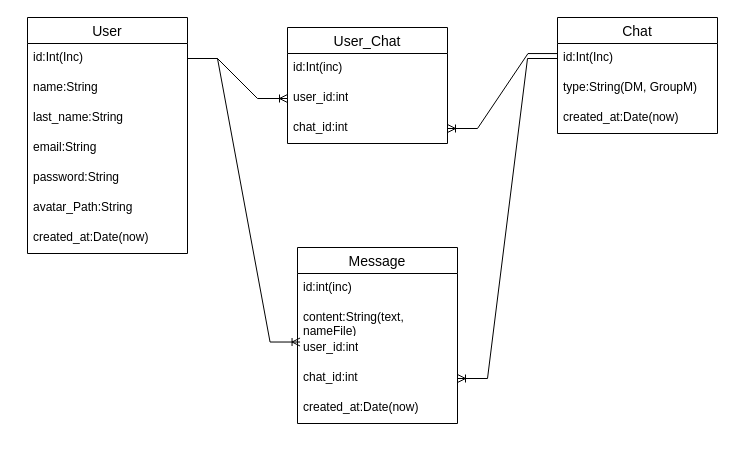
This is Диаграмма без названия.drawio from lam1to/TestChat, a draw.io file, before an edit. Source tidied: cells renumbered, new cells numbered last; positions are measured from the earlier drawing's top-left corner, leaving out a move shared by most shapes. Both pictures are drawn from the tidied source at 100%, with x=0, y=0 at pixel (27, 17).
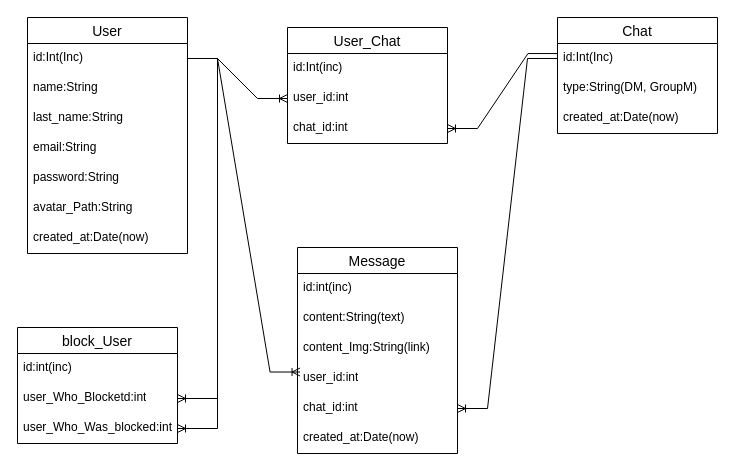
The same page after the edit.

Unchanged cells that the change refers to:
```xml
<mxCell id="3" value="id:Int(Inc)" style="text;strokeColor=none;fillColor=none;spacingLeft=4;spacingRight=4;overflow=hidden;points=[[0,0.5],[1,0.5]];portConstraint=eastwest;fontSize=12;whiteSpace=wrap;html=1;" parent="2" vertex="1">
  <mxGeometry y="26" width="160" height="30" as="geometry" />
</mxCell>
```

What changed in the source:
```diff
@@
     <mxCell id="20" value="Message" style="swimlane;fontStyle=0;horizontal=1;startSize=26;align=center;fontSize=14;" parent="1" vertex="1">
-      <mxGeometry x="270" y="230" width="160" height="176" as="geometry" />
+      <mxGeometry x="270" y="230" width="160" height="206" as="geometry" />
     </mxCell>
@@
-    <mxCell id="22" value="content:String(text, nameFile)" style="text;strokeColor=none;fillColor=none;spacingLeft=4;spacingRight=4;overflow=hidden;fontSize=12;whiteSpace=wrap;html=1;" parent="20" vertex="1">
+    <mxCell id="22" value="content:String(text)" style="text;strokeColor=none;fillColor=none;spacingLeft=4;spacingRight=4;overflow=hidden;fontSize=12;whiteSpace=wrap;html=1;" parent="20" vertex="1">
       <mxGeometry y="56" width="160" height="30" as="geometry" />
     </mxCell>
+    <mxCell id="28" value="content_Img:String(link)" style="text;strokeColor=none;fillColor=none;spacingLeft=4;spacingRight=4;overflow=hidden;fontSize=12;whiteSpace=wrap;html=1;" parent="20" vertex="1">
+      <mxGeometry y="86" width="160" height="30" as="geometry" />
+    </mxCell>
     <mxCell id="23" value="user_id:int" style="text;strokeColor=none;fillColor=none;spacingLeft=4;spacingRight=4;overflow=hidden;points=[[0,0.5],[1,0.5]];portConstraint=eastwest;fontSize=12;whiteSpace=wrap;html=1;" parent="20" vertex="1">
-      <mxGeometry y="86" width="160" height="30" as="geometry" />
+      <mxGeometry y="116" width="160" height="30" as="geometry" />
     </mxCell>
     <mxCell id="24" value="chat_id:int" style="text;strokeColor=none;fillColor=none;spacingLeft=4;spacingRight=4;overflow=hidden;points=[[0,0.5],[1,0.5]];portConstraint=eastwest;fontSize=12;whiteSpace=wrap;html=1;" parent="20" vertex="1">
-      <mxGeometry y="116" width="160" height="30" as="geometry" />
+      <mxGeometry y="146" width="160" height="30" as="geometry" />
     </mxCell>
     <mxCell id="25" value="created_at:Date(now)" style="text;strokeColor=none;fillColor=none;spacingLeft=4;spacingRight=4;overflow=hidden;fontSize=12;whiteSpace=wrap;html=1;" parent="20" vertex="1">
-      <mxGeometry y="146" width="160" height="30" as="geometry" />
+      <mxGeometry y="176" width="160" height="30" as="geometry" />
     </mxCell>
@@
+    <mxCell id="29" value="block_User" style="swimlane;fontStyle=0;horizontal=1;startSize=26;align=center;fontSize=14;" parent="1" vertex="1">
+      <mxGeometry x="-10" y="310" width="160" height="116" as="geometry" />
+    </mxCell>
+    <mxCell id="30" value="id:int(inc)" style="text;strokeColor=none;fillColor=none;spacingLeft=4;spacingRight=4;overflow=hidden;fontSize=12;whiteSpace=wrap;html=1;" parent="29" vertex="1">
+      <mxGeometry y="26" width="160" height="30" as="geometry" />
+    </mxCell>
+    <mxCell id="31" value="user_Who_Blocketd:int" style="text;strokeColor=none;fillColor=none;spacingLeft=4;spacingRight=4;overflow=hidden;points=[[0,0.5],[1,0.5]];portConstraint=eastwest;fontSize=12;whiteSpace=wrap;html=1;" parent="29" vertex="1">
+      <mxGeometry y="56" width="160" height="30" as="geometry" />
+    </mxCell>
+    <mxCell id="32" value="user_Who_Was_blocked:int&lt;br&gt;" style="text;strokeColor=none;fillColor=none;spacingLeft=4;spacingRight=4;overflow=hidden;points=[[0,0.5],[1,0.5]];portConstraint=eastwest;fontSize=12;whiteSpace=wrap;html=1;" parent="29" vertex="1">
+      <mxGeometry y="86" width="160" height="30" as="geometry" />
+    </mxCell>
+    <mxCell id="33" style="edgeStyle=entityRelationEdgeStyle;fontSize=12;html=1;endArrow=ERoneToMany;rounded=0;" parent="1" edge="1" source="3" target="31">
+      <mxGeometry relative="1" as="geometry">
+        <Array as="points">
+          <mxPoint x="-160" y="300" />
+          <mxPoint x="-70" y="200" />
+          <mxPoint x="-30" y="200" />
+          <mxPoint x="-70" y="130" />
+          <mxPoint x="-90" y="170" />
+          <mxPoint x="-50" y="340" />
+          <mxPoint x="60" y="350" />
+          <mxPoint x="-60" y="370" />
+        </Array>
+      </mxGeometry>
+    </mxCell>
+    <mxCell id="34" style="edgeStyle=entityRelationEdgeStyle;fontSize=12;html=1;endArrow=ERoneToMany;rounded=0;" parent="1" edge="1" source="3" target="32">
+      <mxGeometry relative="1" as="geometry" />
+    </mxCell>
```
